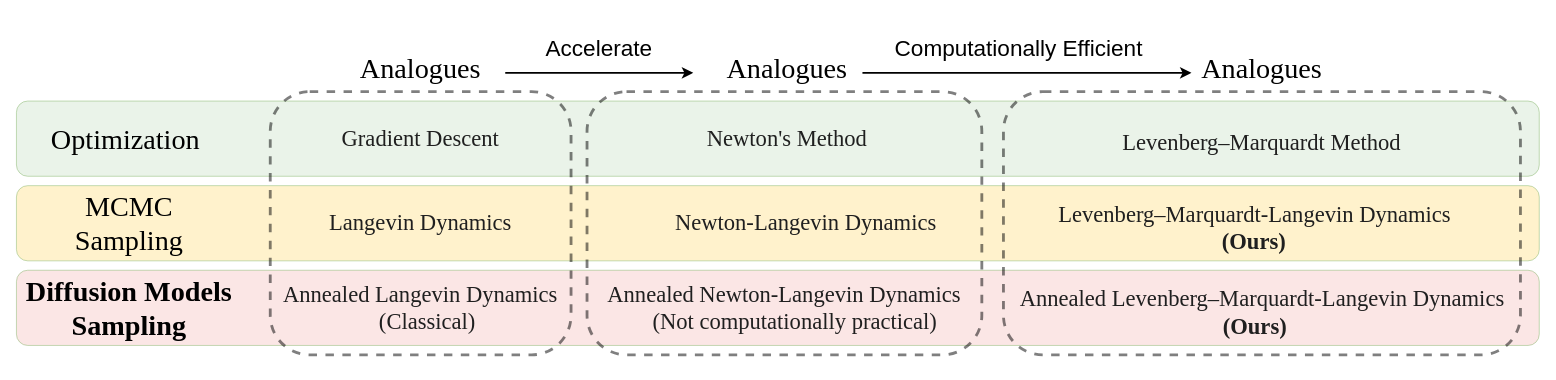
zituitui/drawio keeps this draw.io diagram as newton_algos.drawio. Above is the earlier version. Source tidied: cells renumbered, new cells numbered last; positions are measured from the earlier drawing's top-left corner, leaving out a move shared by most shapes. Both pictures are drawn from the tidied source at 94%, with x=0, y=0 at pixel (16, 16).
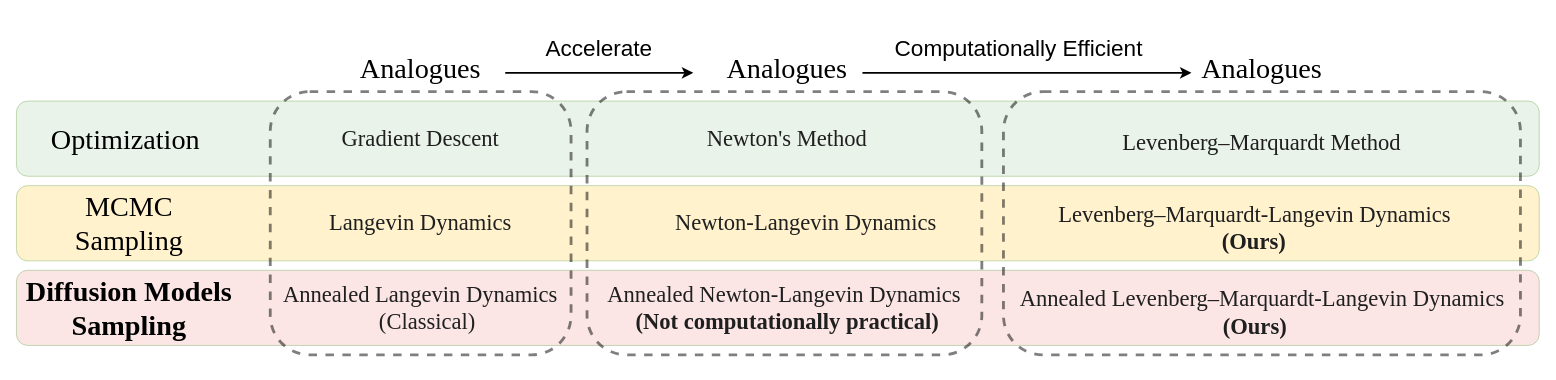
The same diagram, later.

Change to the diagram source:
```diff
@@
-    <mxCell id="15" value="&lt;div style=&quot;text-align: left;&quot;&gt;&lt;span style=&quot;color: rgb(31, 31, 31); font-family: &amp;quot;Times New Roman&amp;quot;; font-size: 24px;&quot;&gt;Annealed Newton-Langevin Dynamics&lt;/span&gt;&lt;br&gt;&lt;/div&gt;&lt;div style=&quot;text-align: left;&quot;&gt;&lt;span style=&quot;color: rgb(31, 31, 31); font-family: &amp;quot;Times New Roman&amp;quot;; font-size: 24px;&quot;&gt;&amp;nbsp; &amp;nbsp; &amp;nbsp; &amp;nbsp; (Not computationally practical)&lt;/span&gt;&lt;/div&gt;" style="rounded=1;whiteSpace=wrap;html=1;fillColor=none;strokeColor=none;opacity=30;gradientColor=none;" parent="1" vertex="1">
+    <mxCell id="15" value="&lt;div style=&quot;text-align: left;&quot;&gt;&lt;span style=&quot;color: rgb(31, 31, 31); font-family: &amp;quot;Times New Roman&amp;quot;; font-size: 24px;&quot;&gt;Annealed Newton-Langevin Dynamics&lt;/span&gt;&lt;br&gt;&lt;/div&gt;&lt;div style=&quot;text-align: left;&quot;&gt;&lt;span style=&quot;color: rgb(31, 31, 31); font-family: &amp;quot;Times New Roman&amp;quot;; font-size: 24px;&quot;&gt;&amp;nbsp; &amp;nbsp; &amp;nbsp;&lt;b&gt;(Not computationally practical)&lt;/b&gt;&lt;/span&gt;&lt;/div&gt;" style="rounded=1;whiteSpace=wrap;html=1;fillColor=none;strokeColor=none;opacity=30;gradientColor=none;" parent="1" vertex="1">
       <mxGeometry x="627" y="255" width="380" height="110" as="geometry" />
     </mxCell>
```
